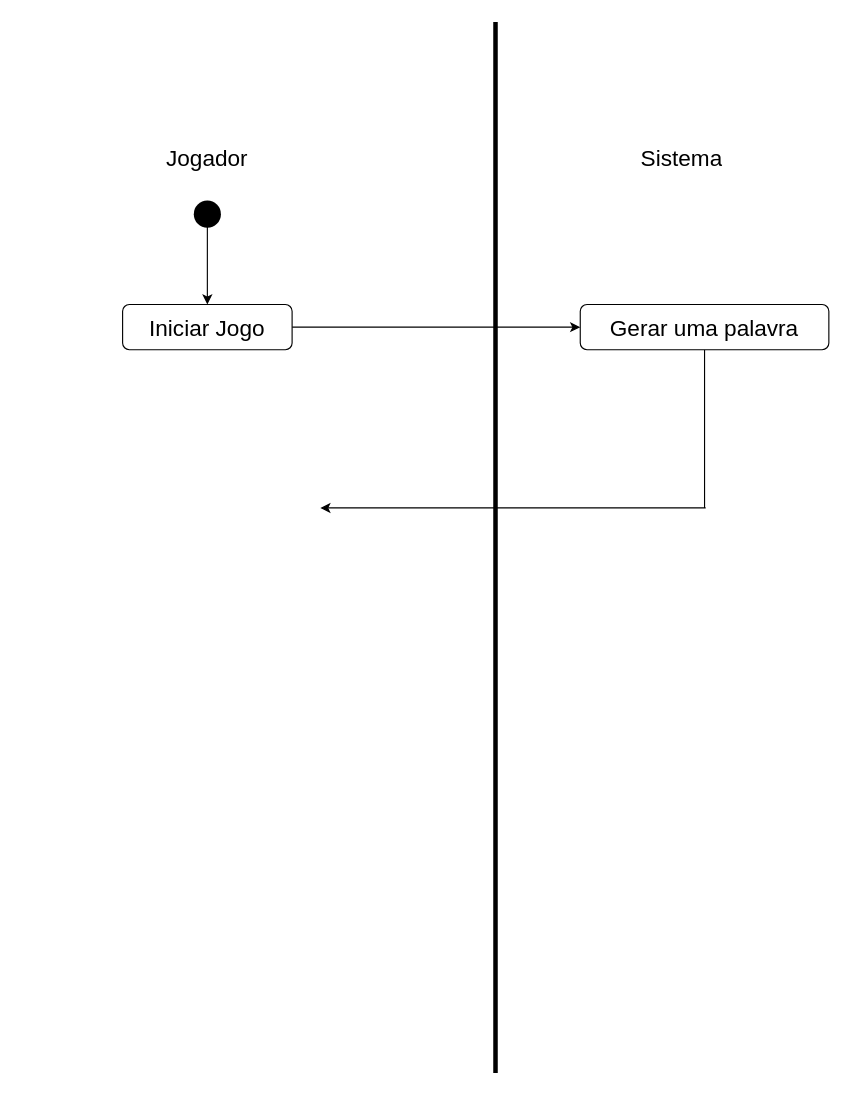
Before: Diagrama sem nome.drawio in Rob3rt2/Jogo_forca, a draw.io diagram. Source tidied: cells renumbered, new cells numbered last; positions are measured from the earlier drawing's top-left corner, leaving out a move shared by most shapes. Both pictures are drawn from the tidied source at 113%, with x=0, y=0 at pixel (122, 21).
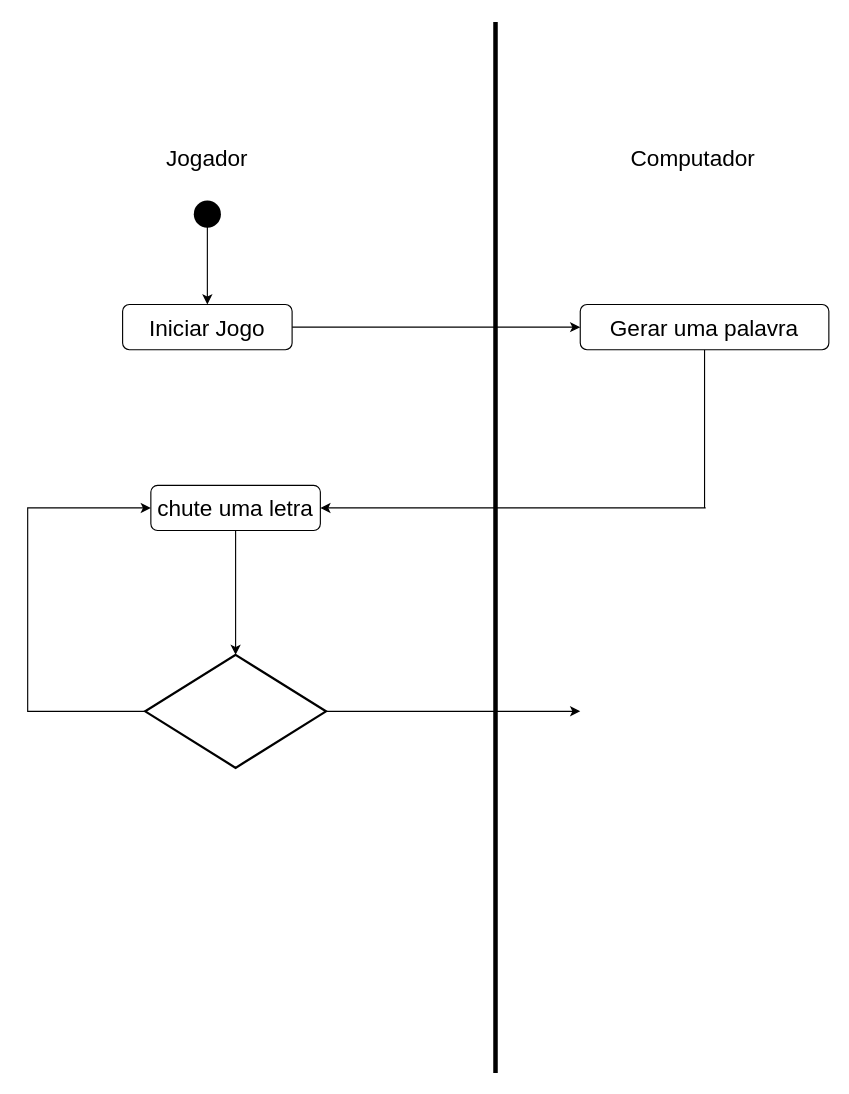
The same diagram, later.

Change to the diagram source:
```diff
@@
-    <mxCell id="7" value="Sistema" style="text;html=1;strokeColor=none;fillColor=none;align=center;verticalAlign=middle;whiteSpace=wrap;overflow=hidden;fontSize=20;" parent="1" vertex="1">
-      <mxGeometry x="435" y="100" width="120" height="40" as="geometry" />
+    <mxCell id="7" value="Computador" style="text;html=1;strokeColor=none;fillColor=none;align=center;verticalAlign=middle;whiteSpace=wrap;overflow=hidden;fontSize=20;" parent="1" vertex="1">
+      <mxGeometry x="445" y="100" width="120" height="40" as="geometry" />
     </mxCell>
@@
+    <mxCell id="11" style="edgeStyle=orthogonalEdgeStyle;rounded=0;jettySize=auto;html=1;entryX=0.5;entryY=0;entryDx=0;entryDy=0;entryPerimeter=0;" parent="1" edge="1" source="12" target="15">
+      <mxGeometry relative="1" as="geometry" />
+    </mxCell>
+    <mxCell id="12" value="chute uma letra" style="rounded=1;whiteSpace=wrap;html=1;fontSize=20;glass=0;strokeWidth=1;shadow=0;" parent="1" vertex="1">
+      <mxGeometry x="25" y="410" width="150" height="40" as="geometry" />
+    </mxCell>
+    <mxCell id="13" style="edgeStyle=orthogonalEdgeStyle;rounded=0;jettySize=auto;html=1;" parent="1" edge="1" source="15">
+      <mxGeometry relative="1" as="geometry">
+        <mxPoint x="405" y="610" as="targetPoint" />
+      </mxGeometry>
+    </mxCell>
+    <mxCell id="14" style="edgeStyle=orthogonalEdgeStyle;rounded=0;jettySize=auto;html=1;entryX=0;entryY=0.5;entryDx=0;entryDy=0;" parent="1" edge="1" source="15" target="12">
+      <mxGeometry relative="1" as="geometry">
+        <Array as="points">
+          <mxPoint x="-84" y="610" />
+          <mxPoint x="-84" y="430" />
+        </Array>
+      </mxGeometry>
+    </mxCell>
+    <mxCell id="15" style="strokeWidth=2;html=1;shape=mxgraph.flowchart.decision;whiteSpace=wrap;" parent="1" vertex="1">
+      <mxGeometry x="20" y="560" width="160" height="100" as="geometry" />
+    </mxCell>
```
